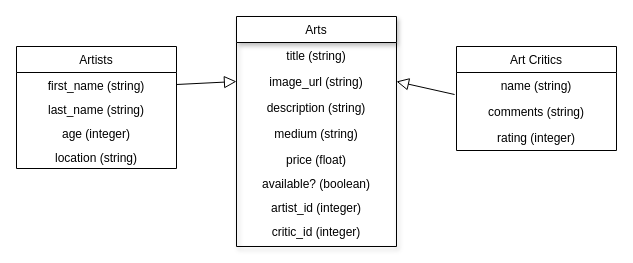
Earlier version of the draw.io diagram association.drawio (andreaesparza13/phase-3-sinatra-react-project). Source tidied: cells renumbered, new cells numbered last; positions are measured from the earlier drawing's top-left corner, leaving out a move shared by most shapes. Both pictures are drawn from the tidied source at 100%, with x=0, y=0 at pixel (16, 16).
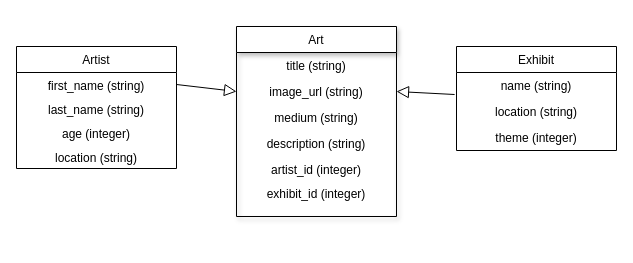
The same page after the edit.

Diff of the diagram source:
```diff
@@
-    <mxCell id="2" value="Art Critics" style="swimlane;fontStyle=0;align=center;verticalAlign=top;horizontal=1;startSize=26;rounded=0;shadow=0;strokeWidth=1;" parent="1" vertex="1">
+    <mxCell id="2" value="Exhibit" style="swimlane;fontStyle=0;align=center;verticalAlign=top;horizontal=1;startSize=26;rounded=0;shadow=0;strokeWidth=1;" parent="1" vertex="1">
       <mxGeometry x="440" y="30" width="160" height="104" as="geometry" />
     </mxCell>
@@
-    <mxCell id="4" value="comments (string)" style="text;align=center;verticalAlign=top;spacingLeft=4;spacingRight=4;overflow=hidden;" parent="2" vertex="1">
+    <mxCell id="4" value="location (string)" style="text;align=center;verticalAlign=top;spacingLeft=4;spacingRight=4;overflow=hidden;" parent="2" vertex="1">
       <mxGeometry y="52" width="160" height="26" as="geometry" />
     </mxCell>
-    <mxCell id="5" value="rating (integer)" style="text;align=center;verticalAlign=top;spacingLeft=4;spacingRight=4;overflow=hidden;" parent="2" vertex="1">
+    <mxCell id="5" value="theme (integer)" style="text;align=center;verticalAlign=top;spacingLeft=4;spacingRight=4;overflow=hidden;" parent="2" vertex="1">
       <mxGeometry y="78" width="160" height="26" as="geometry" />
     </mxCell>
-    <mxCell id="6" value="Artists" style="swimlane;fontStyle=0;align=center;verticalAlign=top;horizontal=1;startSize=26;rounded=0;shadow=0;strokeWidth=1;" parent="1" vertex="1">
+    <mxCell id="6" value="Artist" style="swimlane;fontStyle=0;align=center;verticalAlign=top;horizontal=1;startSize=26;rounded=0;shadow=0;strokeWidth=1;" parent="1" vertex="1">
       <mxGeometry y="30" width="160" height="122" as="geometry" />
     </mxCell>
@@
-    <mxCell id="12" value="Arts" style="swimlane;fontStyle=0;align=center;verticalAlign=top;horizontal=1;startSize=26;rounded=0;shadow=1;strokeWidth=1;" parent="1" vertex="1">
-      <mxGeometry x="220" width="160" height="230" as="geometry" />
+    <mxCell id="12" value="Art" style="swimlane;fontStyle=0;align=center;verticalAlign=top;horizontal=1;startSize=26;rounded=0;shadow=1;strokeWidth=1;" parent="1" vertex="1">
+      <mxGeometry x="220" y="10" width="160" height="190" as="geometry" />
     </mxCell>
@@
+    <mxCell id="16" value="medium (string)" style="text;align=center;verticalAlign=top;spacingLeft=4;spacingRight=4;overflow=hidden;rounded=0;shadow=0;html=0;" parent="12" vertex="1">
+      <mxGeometry y="78" width="160" height="26" as="geometry" />
+    </mxCell>
     <mxCell id="15" value="description (string)" style="text;align=center;verticalAlign=top;spacingLeft=4;spacingRight=4;overflow=hidden;rounded=0;shadow=0;html=0;" parent="12" vertex="1">
-      <mxGeometry y="78" width="160" height="26" as="geometry" />
+      <mxGeometry y="104" width="160" height="26" as="geometry" />
     </mxCell>
-    <mxCell id="16" value="medium (string)" style="text;align=center;verticalAlign=top;spacingLeft=4;spacingRight=4;overflow=hidden;rounded=0;shadow=0;html=0;" parent="12" vertex="1">
-      <mxGeometry y="104" width="160" height="26" as="geometry" />
-    </mxCell>
-    <mxCell id="17" value="price (float)" style="text;align=center;verticalAlign=top;spacingLeft=4;spacingRight=4;overflow=hidden;" parent="12" vertex="1">
-      <mxGeometry y="130" width="160" height="24" as="geometry" />
-    </mxCell>
-    <mxCell id="18" value="available? (boolean)" style="text;align=center;verticalAlign=top;spacingLeft=4;spacingRight=4;overflow=hidden;" parent="12" vertex="1">
-      <mxGeometry y="154" width="160" height="24" as="geometry" />
-    </mxCell>
     <mxCell id="19" value="artist_id (integer)" style="text;align=center;verticalAlign=top;spacingLeft=4;spacingRight=4;overflow=hidden;" parent="12" vertex="1">
-      <mxGeometry y="178" width="160" height="24" as="geometry" />
+      <mxGeometry y="130" width="160" height="24" as="geometry" />
     </mxCell>
-    <mxCell id="20" value="critic_id (integer)" style="text;align=center;verticalAlign=top;spacingLeft=4;spacingRight=4;overflow=hidden;" parent="12" vertex="1">
-      <mxGeometry y="202" width="160" height="24" as="geometry" />
+    <mxCell id="20" value="exhibit_id (integer)" style="text;align=center;verticalAlign=top;spacingLeft=4;spacingRight=4;overflow=hidden;" parent="12" vertex="1">
+      <mxGeometry y="154" width="160" height="24" as="geometry" />
     </mxCell>
```
